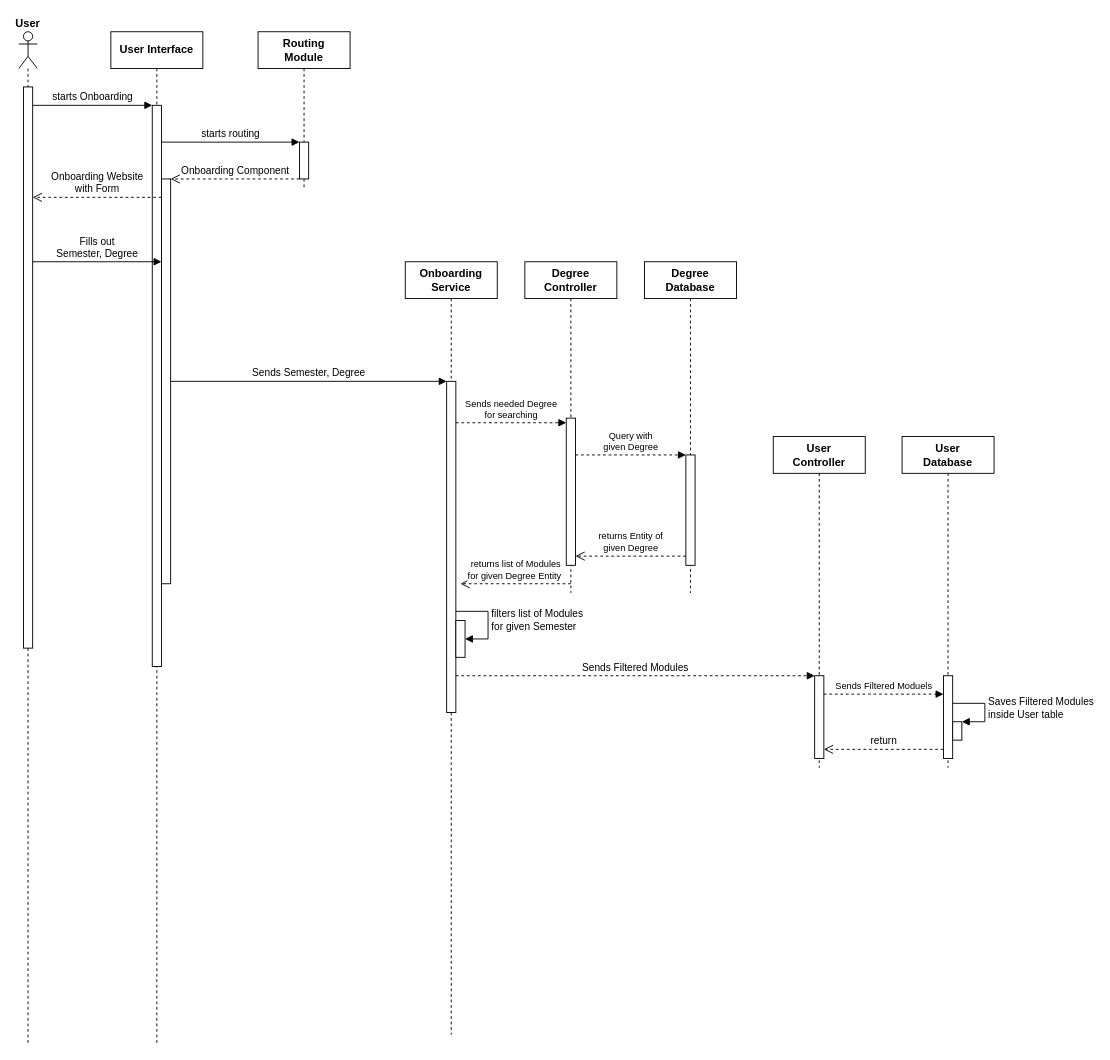
saftrakete/CampusConnect keeps this draw.io diagram as Diagramme/Onboarding.drawio. Above is the earlier version. Source tidied: cells renumbered, new cells numbered last; positions are measured from the earlier drawing's top-left corner, leaving out a move shared by most shapes. Both pictures are drawn from the tidied source at 92%, with x=0, y=0 at pixel (18, 31).
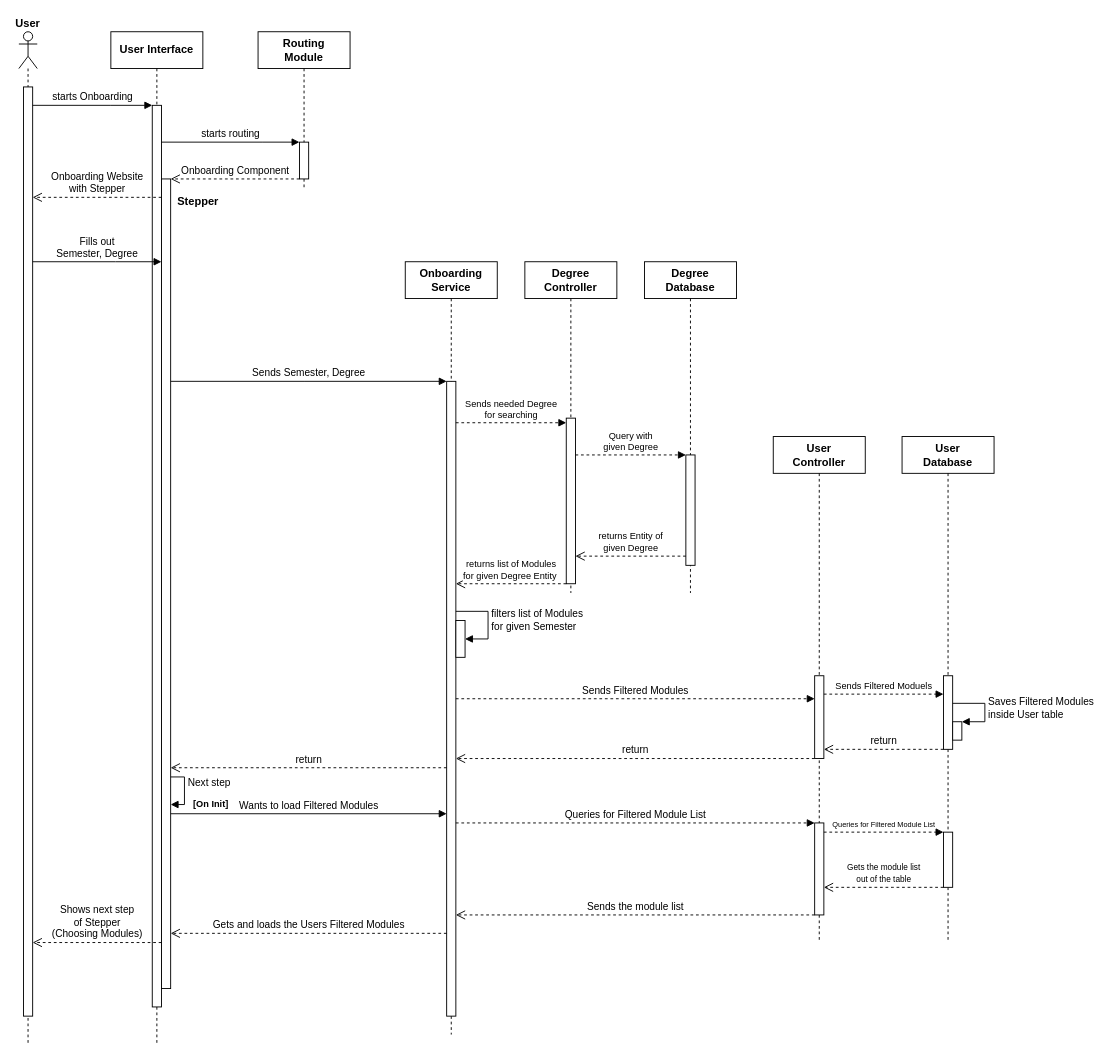
Above is the later version.

Commit message:
Alles nächstes hinzufügen: Module wählen und in User Tabelle speichern

Unchanged cells that the change refers to:
```xml
<mxCell id="2" value="User" style="shape=umlLifeline;perimeter=lifelinePerimeter;whiteSpace=wrap;html=1;newEdgeStyle={&quot;curved&quot;:0,&quot;rounded&quot;:0};participant=umlActor;size=40;fontSize=12;align=center;labelPosition=center;verticalLabelPosition=top;verticalAlign=bottom;fontStyle=1;fontFamily=Helvetica;" parent="1" vertex="1">
  <mxGeometry width="20" height="1100" as="geometry" />
</mxCell>
<mxCell id="4" value="&lt;b&gt;User Interface&lt;/b&gt;" style="shape=umlLifeline;perimeter=lifelinePerimeter;whiteSpace=wrap;html=1;newEdgeStyle={&quot;curved&quot;:0,&quot;rounded&quot;:0};" parent="1" vertex="1">
  <mxGeometry x="100" width="100" height="1100" as="geometry" />
</mxCell>
<mxCell id="14" value="&lt;b&gt;Onboarding Service&lt;/b&gt;" style="shape=umlLifeline;perimeter=lifelinePerimeter;whiteSpace=wrap;html=1;newEdgeStyle={&quot;curved&quot;:0,&quot;rounded&quot;:0};" parent="1" vertex="1">
  <mxGeometry x="420" y="250" width="100" height="840" as="geometry" />
</mxCell>
<mxCell id="19" value="&lt;b&gt;Degree&lt;/b&gt;&lt;div&gt;&lt;b&gt;Controller&lt;/b&gt;&lt;/div&gt;" style="shape=umlLifeline;perimeter=lifelinePerimeter;whiteSpace=wrap;html=1;newEdgeStyle={&quot;curved&quot;:0,&quot;rounded&quot;:0};" parent="1" vertex="1">
  <mxGeometry x="550" y="250" width="100" height="360" as="geometry" />
</mxCell>
<mxCell id="28" style="html=1;points=[[0,0,0,0,5],[0,1,0,0,-5],[1,0,0,0,5],[1,1,0,0,-5]];perimeter=orthogonalPerimeter;outlineConnect=0;targetShapes=umlLifeline;portConstraint=eastwest;newEdgeStyle={&quot;curved&quot;:0,&quot;rounded&quot;:0};" parent="27" vertex="1">
  <mxGeometry x="45" y="260" width="10" height="90" as="geometry" />
</mxCell>
```

Change to the diagram source:
```diff
@@
     <mxCell id="3" style="html=1;points=[[0,0,0,0,5],[0,1,0,0,-5],[1,0,0,0,5],[1,1,0,0,-5]];perimeter=orthogonalPerimeter;outlineConnect=0;targetShapes=umlLifeline;portConstraint=eastwest;newEdgeStyle={&quot;curved&quot;:0,&quot;rounded&quot;:0};" parent="2" vertex="1">
-      <mxGeometry x="5" y="60" width="10" height="610" as="geometry" />
+      <mxGeometry x="5" y="60" width="10" height="1010" as="geometry" />
     </mxCell>
@@
     <mxCell id="5" style="html=1;points=[[0,0,0,0,5],[0,1,0,0,-5],[1,0,0,0,5],[1,1,0,0,-5]];perimeter=orthogonalPerimeter;outlineConnect=0;targetShapes=umlLifeline;portConstraint=eastwest;newEdgeStyle={&quot;curved&quot;:0,&quot;rounded&quot;:0};" parent="4" vertex="1">
-      <mxGeometry x="45" y="80" width="10" height="610" as="geometry" />
+      <mxGeometry x="45" y="80" width="10" height="980" as="geometry" />
     </mxCell>
-    <mxCell id="6" style="html=1;points=[[0,0,0,0,5],[0,1,0,0,-5],[1,0,0,0,5],[1,1,0,0,-5]];perimeter=orthogonalPerimeter;outlineConnect=0;targetShapes=umlLifeline;portConstraint=eastwest;newEdgeStyle={&quot;curved&quot;:0,&quot;rounded&quot;:0};" parent="4" vertex="1">
-      <mxGeometry x="55" y="160" width="10" height="440" as="geometry" />
+    <mxCell id="6" style="html=1;points=[[0,0,0,0,5],[0,1,0,0,-5],[1,0,0,0,5],[1,1,0,0,-5]];perimeter=orthogonalPerimeter;outlineConnect=0;targetShapes=umlLifeline;portConstraint=eastwest;newEdgeStyle={&quot;curved&quot;:0,&quot;rounded&quot;:0};labelPosition=right;verticalLabelPosition=middle;align=left;verticalAlign=middle;" parent="4" vertex="1">
+      <mxGeometry x="55" y="160" width="10" height="880" as="geometry" />
     </mxCell>
+    <mxCell id="36" value="Next step" style="html=1;align=left;spacingLeft=2;endArrow=block;rounded=0;edgeStyle=orthogonalEdgeStyle;curved=0;rounded=0;labelPosition=right;verticalLabelPosition=top;verticalAlign=bottom;" parent="4" edge="1" source="6" target="6">
+      <mxGeometry relative="1" as="geometry">
+        <Array as="points">
+          <mxPoint x="80" y="810" />
+          <mxPoint x="80" y="840" />
+        </Array>
+      </mxGeometry>
+    </mxCell>
@@
-    <mxCell id="8" value="Onboarding Website&lt;div&gt;with Form&lt;/div&gt;" style="html=1;verticalAlign=bottom;endArrow=open;dashed=1;endSize=8;curved=0;rounded=0;" parent="1" edge="1" source="6" target="3">
+    <mxCell id="8" value="Onboarding Website&lt;div&gt;with Stepper&lt;/div&gt;" style="html=1;verticalAlign=bottom;endArrow=open;dashed=1;endSize=8;curved=0;rounded=0;" parent="1" edge="1" source="6" target="3">
       <mxGeometry relative="1" as="geometry">
         <Array as="points">
           <mxPoint x="80" y="180" />
         </Array>
       </mxGeometry>
     </mxCell>
@@
     <mxCell id="15" style="html=1;points=[[0,0,0,0,5],[0,1,0,0,-5],[1,0,0,0,5],[1,1,0,0,-5]];perimeter=orthogonalPerimeter;outlineConnect=0;targetShapes=umlLifeline;portConstraint=eastwest;newEdgeStyle={&quot;curved&quot;:0,&quot;rounded&quot;:0};" parent="14" vertex="1">
-      <mxGeometry x="45" y="130" width="10" height="360" as="geometry" />
+      <mxGeometry x="45" y="130" width="10" height="690" as="geometry" />
     </mxCell>
@@
     <mxCell id="18" value="Sends Semester, Degree" style="html=1;verticalAlign=bottom;endArrow=block;curved=0;rounded=0;" parent="1" edge="1" source="6" target="15">
-      <mxGeometry relative="1" as="geometry" />
+      <mxGeometry relative="1" as="geometry">
+        <Array as="points">
+          <mxPoint x="310" y="380" />
+        </Array>
+      </mxGeometry>
     </mxCell>
@@
     <mxCell id="20" style="html=1;points=[[0,0,0,0,5],[0,1,0,0,-5],[1,0,0,0,5],[1,1,0,0,-5]];perimeter=orthogonalPerimeter;outlineConnect=0;targetShapes=umlLifeline;portConstraint=eastwest;newEdgeStyle={&quot;curved&quot;:0,&quot;rounded&quot;:0};" parent="19" vertex="1">
-      <mxGeometry x="45" y="170" width="10" height="160" as="geometry" />
+      <mxGeometry x="45" y="170" width="10" height="180" as="geometry" />
     </mxCell>
@@
-    <mxCell id="26" value="&lt;font style=&quot;font-size: 10px;&quot;&gt;returns list of Modules&lt;/font&gt;&lt;div&gt;&lt;font style=&quot;font-size: 10px;&quot;&gt;for given Degree Entity&amp;nbsp;&lt;/font&gt;&lt;/div&gt;" style="html=1;verticalAlign=bottom;endArrow=open;dashed=1;endSize=8;curved=0;rounded=0;" parent="1" edge="1">
+    <mxCell id="26" value="&lt;font style=&quot;font-size: 10px;&quot;&gt;returns list of Modules&lt;/font&gt;&lt;div&gt;&lt;font style=&quot;font-size: 10px;&quot;&gt;for given Degree Entity&amp;nbsp;&lt;/font&gt;&lt;/div&gt;" style="html=1;verticalAlign=bottom;endArrow=open;dashed=1;endSize=8;curved=0;rounded=0;" parent="1" edge="1" source="20" target="15">
       <mxGeometry relative="1" as="geometry">
-        <mxPoint x="600" y="600" as="sourcePoint" />
-        <mxPoint x="480" y="600" as="targetPoint" />
         <Array as="points">
           <mxPoint x="535" y="600" />
         </Array>
       </mxGeometry>
     </mxCell>
     <mxCell id="27" value="&lt;b&gt;User&lt;/b&gt;&lt;div&gt;&lt;b&gt;Controller&lt;/b&gt;&lt;/div&gt;" style="shape=umlLifeline;perimeter=lifelinePerimeter;whiteSpace=wrap;html=1;newEdgeStyle={&quot;curved&quot;:0,&quot;rounded&quot;:0};" parent="1" vertex="1">
-      <mxGeometry x="820" y="440" width="100" height="360" as="geometry" />
+      <mxGeometry x="820" y="440" width="100" height="550" as="geometry" />
     </mxCell>
@@
+    <mxCell id="37" style="html=1;points=[[0,0,0,0,5],[0,1,0,0,-5],[1,0,0,0,5],[1,1,0,0,-5]];perimeter=orthogonalPerimeter;outlineConnect=0;targetShapes=umlLifeline;portConstraint=eastwest;newEdgeStyle={&quot;curved&quot;:0,&quot;rounded&quot;:0};" parent="27" vertex="1">
+      <mxGeometry x="45" y="420" width="10" height="100" as="geometry" />
+    </mxCell>
@@
     <mxCell id="30" value="&lt;b&gt;User&lt;/b&gt;&lt;div&gt;&lt;b&gt;Database&lt;/b&gt;&lt;/div&gt;" style="shape=umlLifeline;perimeter=lifelinePerimeter;whiteSpace=wrap;html=1;newEdgeStyle={&quot;curved&quot;:0,&quot;rounded&quot;:0};" parent="1" vertex="1">
-      <mxGeometry x="960" y="440" width="100" height="360" as="geometry" />
+      <mxGeometry x="960" y="440" width="100" height="550" as="geometry" />
     </mxCell>
     <mxCell id="31" style="html=1;points=[[0,0,0,0,5],[0,1,0,0,-5],[1,0,0,0,5],[1,1,0,0,-5]];perimeter=orthogonalPerimeter;outlineConnect=0;targetShapes=umlLifeline;portConstraint=eastwest;newEdgeStyle={&quot;curved&quot;:0,&quot;rounded&quot;:0};" parent="30" vertex="1">
-      <mxGeometry x="45" y="260" width="10" height="90" as="geometry" />
+      <mxGeometry x="45" y="260" width="10" height="80" as="geometry" />
     </mxCell>
@@
+    <mxCell id="38" style="html=1;perimeter=orthogonalPerimeter;targetShapes=umlLifeline;newEdgeStyle={&quot;curved&quot;:0,&quot;rounded&quot;:0};" parent="30" vertex="1">
+      <mxGeometry x="45" y="430" width="10" height="60" as="geometry" />
+    </mxCell>
@@
+    <mxCell id="39" value="&lt;b&gt;Stepper&lt;/b&gt;" style="text;html=1;align=center;verticalAlign=middle;whiteSpace=wrap;rounded=0;" parent="1" vertex="1">
+      <mxGeometry x="165" y="170" width="60" height="30" as="geometry" />
+    </mxCell>
+    <mxCell id="40" value="return" style="html=1;verticalAlign=bottom;endArrow=open;dashed=1;endSize=8;curved=0;rounded=0;" parent="1" edge="1" source="28" target="15">
+      <mxGeometry relative="1" as="geometry">
+        <Array as="points">
+          <mxPoint x="670" y="790" />
+        </Array>
+      </mxGeometry>
+    </mxCell>
+    <mxCell id="41" value="return" style="html=1;verticalAlign=bottom;endArrow=open;dashed=1;endSize=8;curved=0;rounded=0;" parent="1" edge="1" source="15" target="6">
+      <mxGeometry relative="1" as="geometry">
+        <Array as="points">
+          <mxPoint x="280" y="800" />
+        </Array>
+      </mxGeometry>
+    </mxCell>
+    <mxCell id="42" value="Shows next step&lt;div&gt;of Stepper&lt;/div&gt;&lt;div&gt;(Choosing Modules)&lt;/div&gt;" style="html=1;verticalAlign=bottom;endArrow=open;dashed=1;endSize=8;curved=0;rounded=0;" parent="1" edge="1" source="6" target="3">
+      <mxGeometry relative="1" as="geometry">
+        <Array as="points">
+          <mxPoint x="67.5" y="990" />
+        </Array>
+      </mxGeometry>
+    </mxCell>
+    <mxCell id="43" value="Wants to load Filtered Modules" style="html=1;verticalAlign=bottom;endArrow=block;curved=0;rounded=0;" parent="1" edge="1">
+      <mxGeometry relative="1" as="geometry">
+        <mxPoint x="165" y="850" as="sourcePoint" />
+        <mxPoint x="465" y="850" as="targetPoint" />
+      </mxGeometry>
+    </mxCell>
+    <mxCell id="44" value="&lt;b&gt;[On Init]&lt;/b&gt;" style="text;html=1;align=center;verticalAlign=middle;whiteSpace=wrap;rounded=0;fontSize=10;" parent="1" vertex="1">
+      <mxGeometry x="188" y="834" width="42" height="10" as="geometry" />
+    </mxCell>
+    <mxCell id="45" value="Queries for Filtered Module List" style="html=1;verticalAlign=bottom;endArrow=block;curved=0;rounded=0;dashed=1;" parent="1" edge="1">
+      <mxGeometry relative="1" as="geometry">
+        <mxPoint x="475" y="860" as="sourcePoint" />
+        <mxPoint x="865" y="860" as="targetPoint" />
+        <Array as="points">
+          <mxPoint x="680" y="860" />
+        </Array>
+      </mxGeometry>
+    </mxCell>
+    <mxCell id="46" value="&lt;font style=&quot;font-size: 8px;&quot;&gt;Queries for Filtered Module List&lt;/font&gt;" style="html=1;verticalAlign=bottom;endArrow=block;curved=0;rounded=0;dashed=1;" parent="1" edge="1">
+      <mxGeometry relative="1" as="geometry">
+        <mxPoint x="875" y="870" as="sourcePoint" />
+        <mxPoint x="1005" y="870" as="targetPoint" />
+      </mxGeometry>
+    </mxCell>
+    <mxCell id="47" value="&lt;font style=&quot;font-size: 9px;&quot;&gt;Gets the module list&lt;/font&gt;&lt;div&gt;&lt;font style=&quot;font-size: 9px;&quot;&gt;out of the table&lt;/font&gt;&lt;/div&gt;" style="html=1;verticalAlign=bottom;endArrow=open;dashed=1;endSize=8;curved=0;rounded=0;" parent="1" edge="1">
+      <mxGeometry relative="1" as="geometry">
+        <mxPoint x="1005" y="930" as="sourcePoint" />
+        <mxPoint x="875" y="930" as="targetPoint" />
+        <Array as="points">
+          <mxPoint x="950" y="930" />
+        </Array>
+      </mxGeometry>
+    </mxCell>
+    <mxCell id="48" value="&lt;font&gt;Sends the module list&lt;/font&gt;" style="html=1;verticalAlign=bottom;endArrow=open;dashed=1;endSize=8;curved=0;rounded=0;" parent="1" edge="1" source="37" target="15">
+      <mxGeometry relative="1" as="geometry">
+        <Array as="points">
+          <mxPoint x="615" y="960" />
+        </Array>
+      </mxGeometry>
+    </mxCell>
+    <mxCell id="49" value="Gets and loads the Users Filtered Modules" style="html=1;verticalAlign=bottom;endArrow=open;dashed=1;endSize=8;curved=0;rounded=0;" parent="1" edge="1" source="15" target="6">
+      <mxGeometry relative="1" as="geometry">
+        <Array as="points">
+          <mxPoint x="310" y="980" />
+        </Array>
+      </mxGeometry>
+    </mxCell>
```
